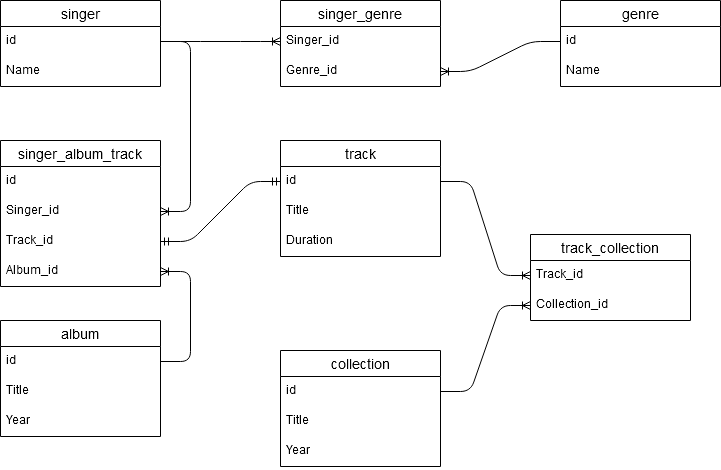
This is HW3.drawio.png from arhandreu/Postgre, a draw.io export, as it was before one commit. Source tidied: cells renumbered, new cells last; positions are measured from the earlier drawing's top-left corner, leaving out a move shared by most shapes.
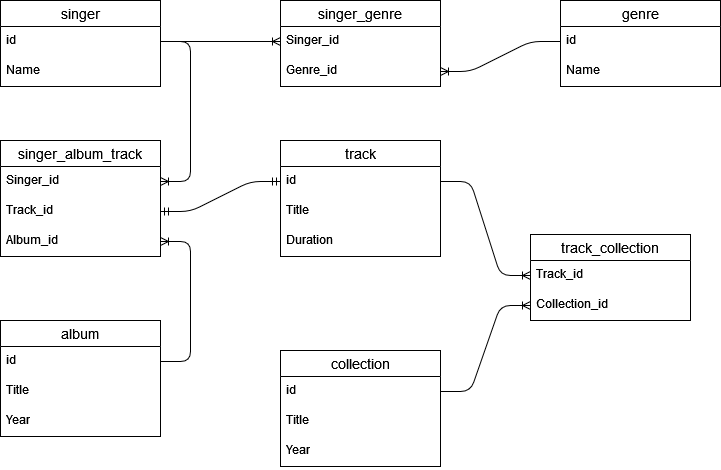
The same file after the commit.

What changed in the source:
```diff
@@ -66,19 +66,16 @@
       <mxGeometry y="56" width="160" height="30" as="geometry" />
     </mxCell>
     <mxCell id="23" value="singer_album_track" style="swimlane;fontStyle=0;horizontal=1;startSize=26;align=center;fontSize=14;" parent="1" vertex="1">
-      <mxGeometry y="140" width="160" height="146" as="geometry" />
+      <mxGeometry y="140" width="160" height="116" as="geometry" />
     </mxCell>
-    <mxCell id="24" value="id" style="text;strokeColor=none;fillColor=none;spacingLeft=4;spacingRight=4;overflow=hidden;fontSize=12;" parent="23" vertex="1">
-      <mxGeometry y="26" width="160" height="30" as="geometry" />
-    </mxCell>
     <mxCell id="25" value="Singer_id" style="text;strokeColor=none;fillColor=none;spacingLeft=4;spacingRight=4;overflow=hidden;points=[[0,0.5],[1,0.5]];portConstraint=eastwest;fontSize=12;" parent="23" vertex="1">
-      <mxGeometry y="56" width="160" height="30" as="geometry" />
+      <mxGeometry y="26" width="160" height="30" as="geometry" />
     </mxCell>
     <mxCell id="26" value="Track_id" style="text;strokeColor=none;fillColor=none;spacingLeft=4;spacingRight=4;overflow=hidden;points=[[0,0.5],[1,0.5]];portConstraint=eastwest;fontSize=12;" parent="23" vertex="1">
-      <mxGeometry y="86" width="160" height="30" as="geometry" />
+      <mxGeometry y="56" width="160" height="30" as="geometry" />
     </mxCell>
     <mxCell id="27" value="Album_id" style="text;strokeColor=none;fillColor=none;spacingLeft=4;spacingRight=4;overflow=hidden;points=[[0,0.5],[1,0.5]];portConstraint=eastwest;fontSize=12;" parent="23" vertex="1">
-      <mxGeometry y="116" width="160" height="30" as="geometry" />
+      <mxGeometry y="86" width="160" height="30" as="geometry" />
     </mxCell>
     <mxCell id="28" style="edgeStyle=entityRelationEdgeStyle;jettySize=auto;html=1;fontSize=12;endArrow=ERoneToMany;" parent="1" edge="1" source="3" target="21">
       <mxGeometry relative="1" as="geometry" />
```
